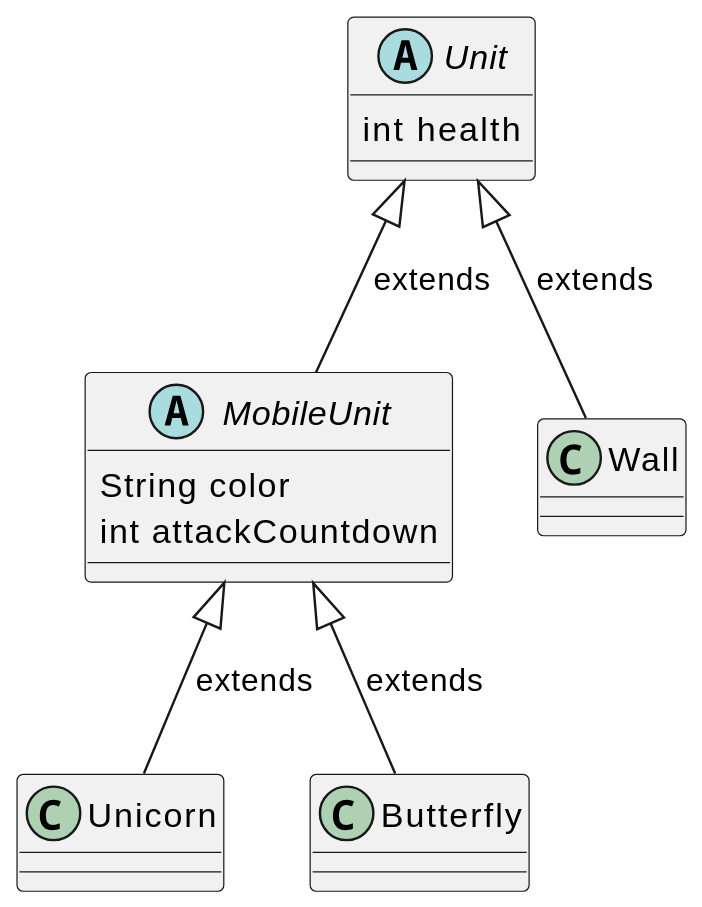
Earlier version of the PlantUML export img/diagrams/plantuml/abstract_inherit_complex.svg (unibz-oofp-25-26/unibz-oofp-25-26.github.io).
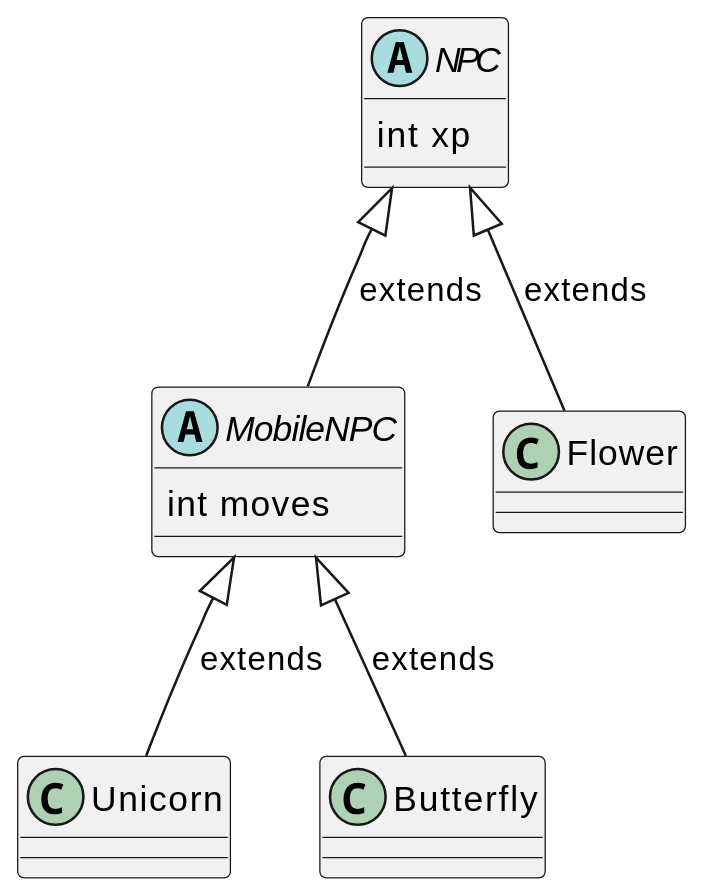
The same diagram one commit later.

What changed in the source:
```diff
@@ -1,16 +1,15 @@
 @startuml
 scale 500 width
 
-abstract class Unit {
- int health
+abstract class NPC {
+ int xp
 }
 
-abstract class MobileUnit {
- String color
- int attackCountdown
+abstract class MobileNPC {
+ int moves
 }
 
-class Wall {
+class Flower {
 }
 
 class Unicorn {
@@ -19,8 +18,8 @@
 class Butterfly {
 }
 
-Unit <|-- MobileUnit : extends
-Unit <|-- Wall : extends
-MobileUnit <|-- Unicorn : extends
-MobileUnit <|-- Butterfly : extends
+NPC <|-- MobileNPC : extends
+NPC <|-- Flower : extends
+MobileNPC <|-- Unicorn : extends
+MobileNPC <|-- Butterfly : extends
 @enduml
```
